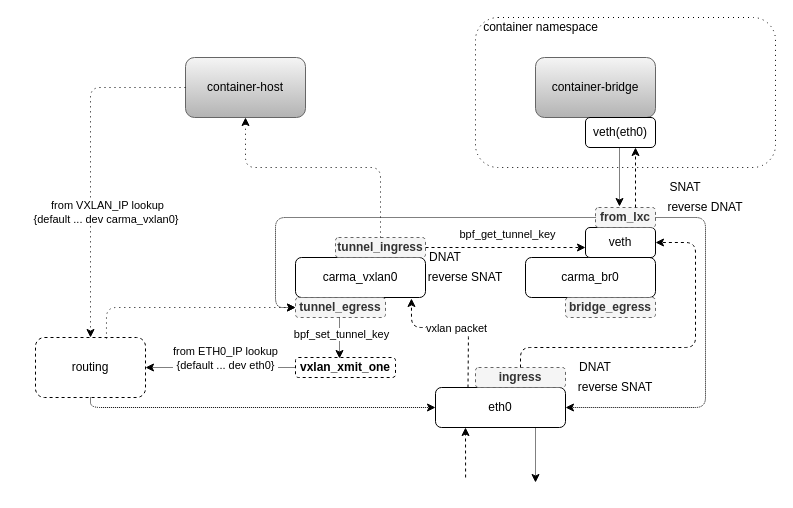
AirbornWdd/doc keeps this draw.io diagram as host-overlay-flow.drawio. Above is the earlier version. Source tidied: cells renumbered, new cells numbered last; positions are measured from the earlier drawing's top-left corner, leaving out a move shared by most shapes. Both pictures are drawn from the tidied source at 100%, with x=0, y=0 at pixel (35, 17).
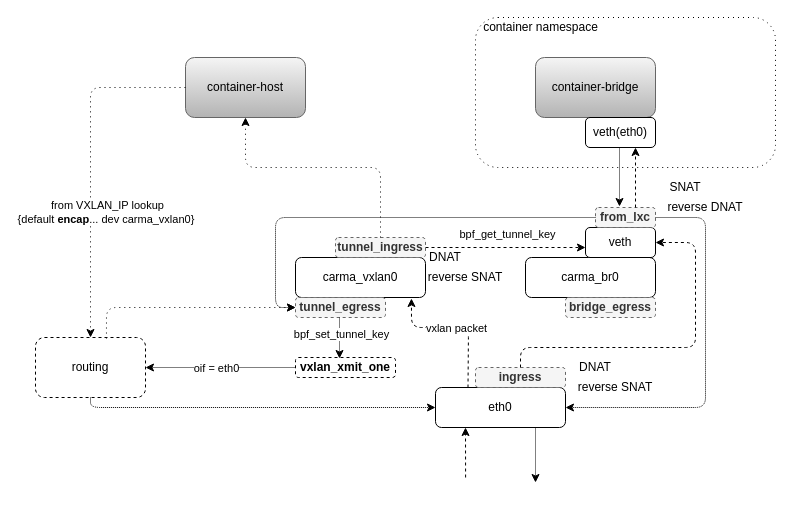
After the change.

The change refers to these unchanged cells:
```xml
<mxCell id="32" style="endArrow=classic;html=1;dashed=1;dashPattern=1 4;exitX=0;exitY=0.5;exitDx=0;exitDy=0;" parent="1" edge="1" source="3" target="24">
  <mxGeometry relative="1" as="geometry">
    <Array as="points">
      <mxPoint x="55" y="70" />
    </Array>
  </mxGeometry>
</mxCell>
<mxCell id="40" style="endArrow=classic;html=1;entryX=1;entryY=0.5;entryDx=0;entryDy=0;dashed=1;dashPattern=1 1;exitX=0;exitY=0.5;exitDx=0;exitDy=0;" parent="1" edge="1" source="37" target="24">
  <mxGeometry relative="1" as="geometry" />
</mxCell>
<mxCell id="41" style="endArrow=classic;html=1;entryX=0;entryY=0.5;entryDx=0;entryDy=0;dashed=1;dashPattern=1 1;exitX=0.5;exitY=1;exitDx=0;exitDy=0;" parent="1" edge="1" source="24" target="10">
  <mxGeometry relative="1" as="geometry">
    <Array as="points">
      <mxPoint x="55" y="390" />
    </Array>
  </mxGeometry>
</mxCell>
```

The edit, as a diff of the source:
```diff
@@
-    <mxCell id="33" value="from VXLAN_IP lookup &lt;br&gt;{default ... dev carma_vxlan0}&amp;nbsp;" style="edgeLabel;html=1;align=center;verticalAlign=middle;" parent="32" vertex="1">
+    <mxCell id="33" value="from VXLAN_IP lookup &lt;br&gt;{default &lt;b&gt;encap&lt;/b&gt;... dev carma_vxlan0}&amp;nbsp;" style="edgeLabel;html=1;align=center;verticalAlign=middle;" parent="32" vertex="1">
       <mxGeometry x="0.25" relative="1" as="geometry">
         <mxPoint x="16.2" y="3" as="offset" />
       </mxGeometry>
     </mxCell>
@@
+    <mxCell id="44" value="oif = eth0" style="edgeLabel;html=1;align=center;verticalAlign=middle;" parent="40" vertex="1">
+      <mxGeometry x="0.19" y="1" relative="1" as="geometry">
+        <mxPoint x="9" y="-1" as="offset" />
+      </mxGeometry>
+    </mxCell>
@@
-    <mxCell id="42" value="from ETH0_IP lookup&lt;br&gt;{default ... dev eth0}" style="edgeLabel;html=1;align=center;verticalAlign=middle;" parent="41" vertex="1">
-      <mxGeometry x="-0.02" y="1" relative="1" as="geometry">
-        <mxPoint x="-30" y="-49" as="offset" />
-      </mxGeometry>
-    </mxCell>
```
